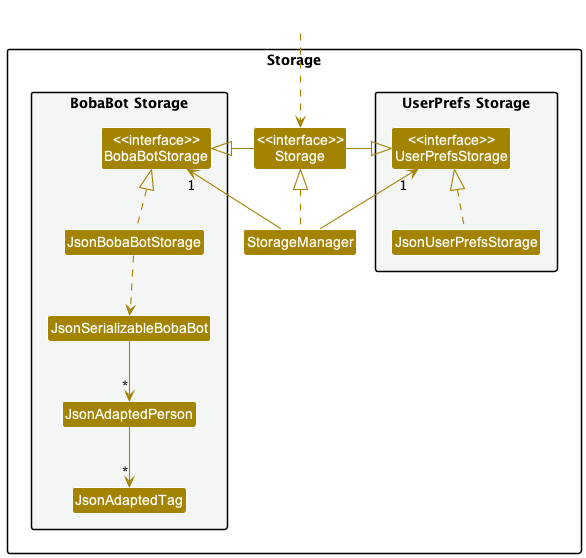
The PlantUML diagram docs/images/StorageClassDiagram.png in nus-cs2103-AY2223S1/tp, before a commit.
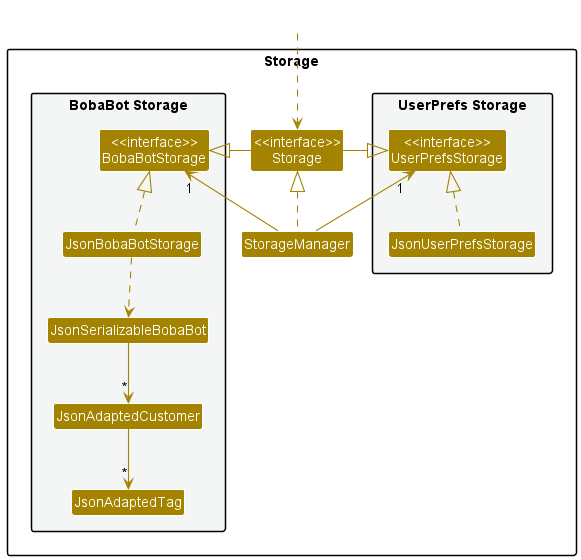
Above is the later version.

Commit message:
Update ModelClass and StorageClass UML diagrams

What changed in the source:
```diff
@@ -18,7 +18,7 @@
 Class "<<interface>>\nBobaBotStorage" as BobaBotStorage
 Class JsonBobaBotStorage
 Class JsonSerializableBobaBot
-Class JsonAdaptedPerson
+Class JsonAdaptedCustomer
 Class JsonAdaptedTag
 }
 
@@ -37,7 +37,7 @@
 JsonUserPrefsStorage .up.|> UserPrefsStorage
 JsonBobaBotStorage .up.|> BobaBotStorage
 JsonBobaBotStorage ..> JsonSerializableBobaBot
-JsonSerializableBobaBot --> "*" JsonAdaptedPerson
-JsonAdaptedPerson --> "*" JsonAdaptedTag
+JsonSerializableBobaBot --> "*" JsonAdaptedCustomer
+JsonAdaptedCustomer --> "*" JsonAdaptedTag
 
 @enduml
```
